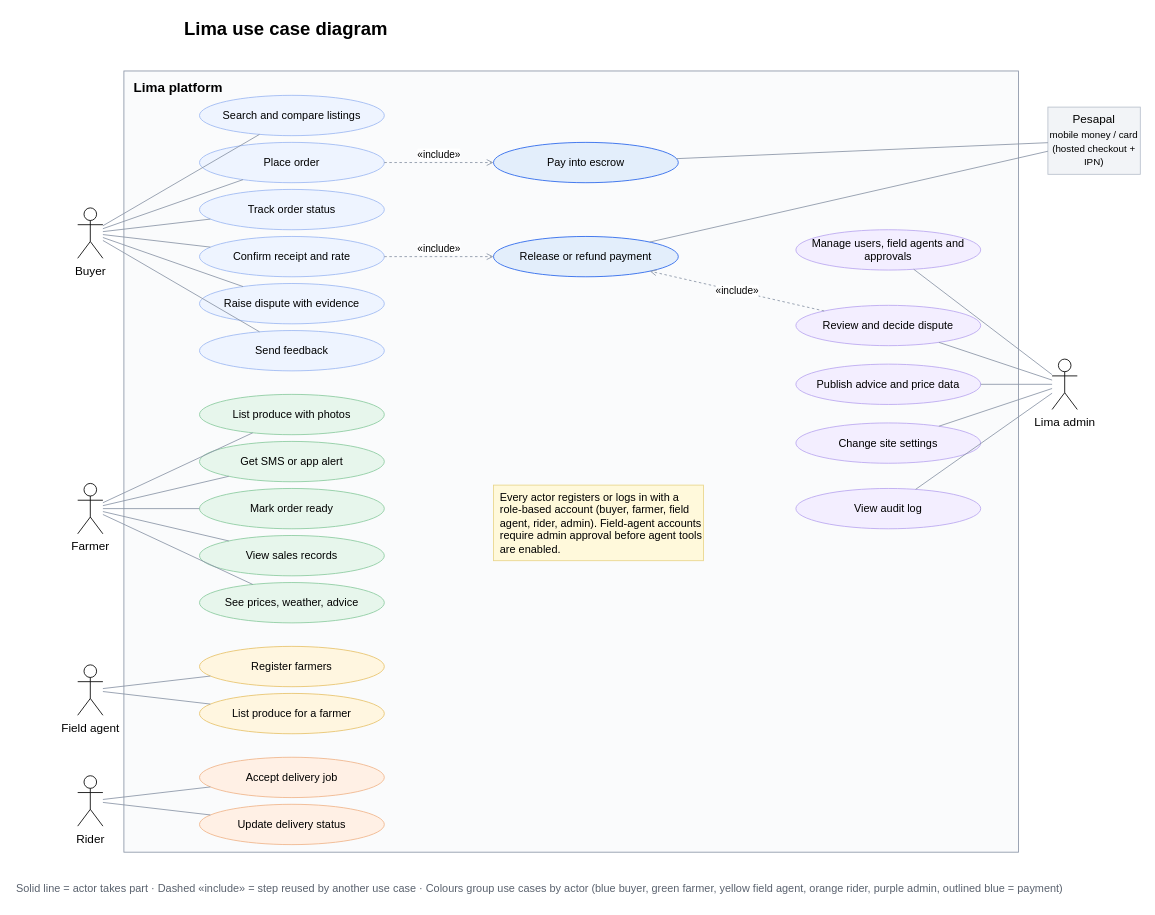
Above: page "Use case" (1 of 7) of LIMA_DESIGNS_updated.drawio in RonnieG16/Lima-app (draw.io), before the change. Source tidied: cells renumbered, new cells numbered last; positions are measured from the earlier drawing's top-left corner, leaving out a move shared by most shapes. Both pictures are drawn from the tidied source at 84%, with x=0, y=0 at pixel (14, 14).
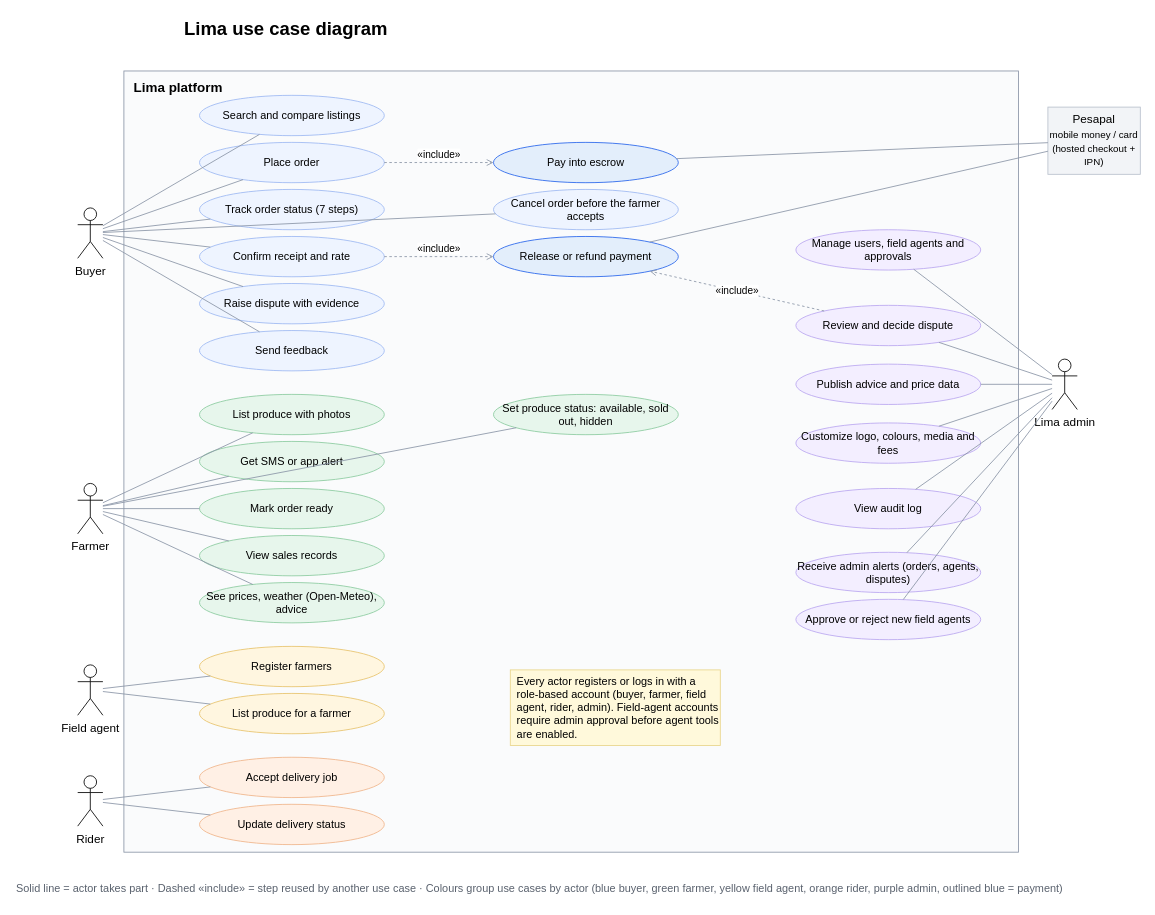
The same page after the edit.

Unchanged cells that the change refers to:
```xml
<mxCell id="27" value="Buyer" style="shape=umlActor;verticalLabelPosition=bottom;verticalAlign=top;html=1;fontSize=14;labelPerimeter=1;" parent="1" vertex="1">
  <mxGeometry x="75" y="230" width="30" height="60" as="geometry" />
</mxCell>
<mxCell id="28" value="Farmer" style="shape=umlActor;verticalLabelPosition=bottom;verticalAlign=top;html=1;fontSize=14;labelPerimeter=1;" parent="1" vertex="1">
  <mxGeometry x="75" y="558" width="30" height="60" as="geometry" />
</mxCell>
<mxCell id="31" value="Lima admin" style="shape=umlActor;verticalLabelPosition=bottom;verticalAlign=top;html=1;fontSize=14;labelPerimeter=1;" parent="1" vertex="1">
  <mxGeometry x="1235" y="410" width="30" height="60" as="geometry" />
</mxCell>
```

The edit, as a diff of the source:
```diff
@@
-    <mxCell id="6" value="Track order status" style="ellipse;whiteSpace=wrap;html=1;fontSize=13;fillColor=#EEF4FF;strokeColor=#9DB8F2;" parent="1" vertex="1">
+    <mxCell id="6" value="Track order status (7 steps)" style="ellipse;whiteSpace=wrap;html=1;fontSize=13;fillColor=#EEF4FF;strokeColor=#9DB8F2;" parent="1" vertex="1">
       <mxGeometry x="220" y="208" width="220" height="48" as="geometry" />
     </mxCell>
@@
-    <mxCell id="14" value="See prices, weather, advice" style="ellipse;whiteSpace=wrap;html=1;fontSize=13;fillColor=#E7F6EC;strokeColor=#8BCB9F;" parent="1" vertex="1">
+    <mxCell id="14" value="See prices, weather (Open-Meteo), advice" style="ellipse;whiteSpace=wrap;html=1;fontSize=13;fillColor=#E7F6EC;strokeColor=#8BCB9F;" parent="1" vertex="1">
       <mxGeometry x="220" y="676" width="220" height="48" as="geometry" />
     </mxCell>
@@
-    <mxCell id="24" value="Change site settings" style="ellipse;whiteSpace=wrap;html=1;fontSize=13;fillColor=#F3EEFF;strokeColor=#B9A6F0;" parent="1" vertex="1">
+    <mxCell id="24" value="Customize logo, colours, media and fees" style="ellipse;whiteSpace=wrap;html=1;fontSize=13;fillColor=#F3EEFF;strokeColor=#B9A6F0;" parent="1" vertex="1">
       <mxGeometry x="930" y="486" width="220" height="48" as="geometry" />
     </mxCell>
@@
     <mxCell id="26" value="Every actor registers or logs in with a role-based account (buyer, farmer, field agent, rider, admin). Field-agent accounts require admin approval before agent tools are enabled." style="rounded=0;whiteSpace=wrap;html=1;fontSize=13;fillColor=#FFF9DB;strokeColor=#E9D58A;align=left;spacingLeft=6;" parent="1" vertex="1">
-      <mxGeometry x="570" y="560" width="250" height="90" as="geometry" />
+      <mxGeometry x="590" y="780" width="250" height="90" as="geometry" />
     </mxCell>
@@
+    <mxCell id="59" value="Cancel order before the farmer accepts" style="ellipse;whiteSpace=wrap;html=1;fontSize=13;fillColor=#EEF4FF;strokeColor=#9DB8F2;" parent="1" vertex="1">
+      <mxGeometry x="570" y="208" width="220" height="48" as="geometry" />
+    </mxCell>
+    <mxCell id="60" value="Set produce status: available, sold out, hidden" style="ellipse;whiteSpace=wrap;html=1;fontSize=13;fillColor=#E7F6EC;strokeColor=#8BCB9F;" parent="1" vertex="1">
+      <mxGeometry x="570" y="452" width="220" height="48" as="geometry" />
+    </mxCell>
+    <mxCell id="61" value="Receive admin alerts (orders, agents, disputes)" style="ellipse;whiteSpace=wrap;html=1;fontSize=13;fillColor=#F3EEFF;strokeColor=#B9A6F0;" parent="1" vertex="1">
+      <mxGeometry x="930" y="640" width="220" height="48" as="geometry" />
+    </mxCell>
+    <mxCell id="62" value="Approve or reject new field agents" style="ellipse;whiteSpace=wrap;html=1;fontSize=13;fillColor=#F3EEFF;strokeColor=#B9A6F0;" parent="1" vertex="1">
+      <mxGeometry x="930" y="696" width="220" height="48" as="geometry" />
+    </mxCell>
+    <mxCell id="63" style="endArrow=none;html=1;strokeColor=#8A94A6;" parent="1" edge="1" source="27" target="59">
+      <mxGeometry relative="1" as="geometry" />
+    </mxCell>
+    <mxCell id="64" style="endArrow=none;html=1;strokeColor=#8A94A6;" parent="1" edge="1" source="28" target="60">
+      <mxGeometry relative="1" as="geometry" />
+    </mxCell>
+    <mxCell id="65" style="endArrow=none;html=1;strokeColor=#8A94A6;" parent="1" edge="1" source="31" target="61">
+      <mxGeometry relative="1" as="geometry" />
+    </mxCell>
+    <mxCell id="66" style="endArrow=none;html=1;strokeColor=#8A94A6;" parent="1" edge="1" source="31" target="62">
+      <mxGeometry relative="1" as="geometry" />
+    </mxCell>
```
